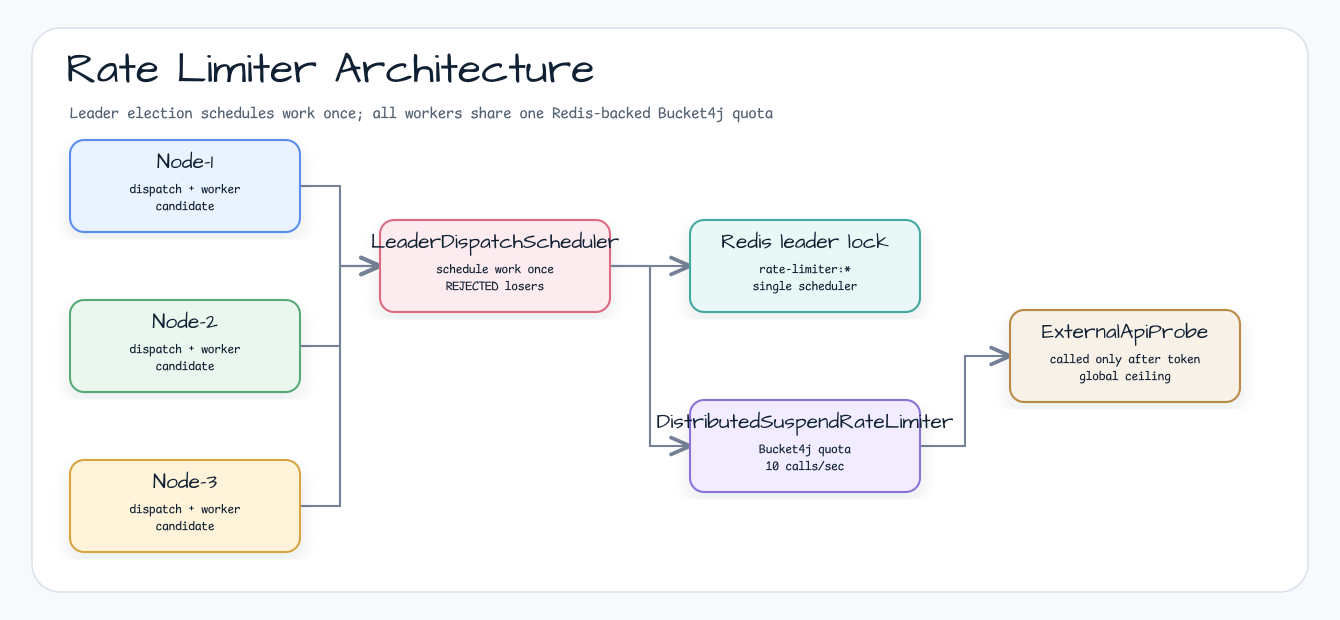
bluetape4k/bluetape4k-leader keeps this Graphviz diagram as docs/images/readme-diagrams/examples-rate-limiter-architecture-01.png. Above is the earlier version. Its source is kept beside it as docs/images/readme-diagrams/examples-rate-limiter-architecture-01.dot. Its diagram source:
```dot
digraph "examples-rate-limiter-architecture-01" {
  graph [layout=neato, rankdir=LR, splines=ortho, overlap=false, outputorder=edgesfirst, nodesep=0.55, ranksep=0.75, bgcolor="transparent", label="Rate Limiter Architecture", labelloc=t];
  node [shape=box, style="rounded,filled", fontname="Architects Daughter", fontsize=18, margin="0.16,0.10"];
  edge [color="#758297", penwidth=1.8, arrowsize=0.8, fontname="Comic Mono", fontsize=10];
  n0 [label="Node-1", fillcolor="#ffffff", color="#5B8DEF", width=3.19, height=1.28, pos="185.00,514.00!"];
  n1 [label="Node-2", fillcolor="#ffffff", color="#58A978", width=3.19, height=1.28, pos="185.00,354.00!"];
  n2 [label="Node-3", fillcolor="#ffffff", color="#D6A441", width=3.19, height=1.28, pos="185.00,194.00!"];
  n3 [label="LeaderDispatchScheduler", fillcolor="#ffffff", color="#DC6B82", width=3.19, height=1.28, pos="495.00,434.00!"];
  n4 [label="Redis leader lock", fillcolor="#ffffff", color="#45A7A1", width=3.19, height=1.28, pos="805.00,434.00!"];
  n5 [label="DistributedSuspendRateLimiter", fillcolor="#ffffff", color="#8A72D6", width=3.19, height=1.28, pos="805.00,254.00!"];
  n6 [label="ExternalApiProbe", fillcolor="#ffffff", color="#B88A44", width=3.19, height=1.28, pos="1125.00,344.00!"];
  r1p1 [label="", shape=point, width=0.03, height=0.03, fixedsize=true, style=invis, pos="340.00,514.00!"];
  r1p2 [label="", shape=point, width=0.03, height=0.03, fixedsize=true, style=invis, pos="340.00,434.00!"];
  n0 -> r1p1 [arrowhead=none];
  r1p1 -> r1p2 [arrowhead=none];
  r1p2 -> n3 [];
  r2p1 [label="", shape=point, width=0.03, height=0.03, fixedsize=true, style=invis, pos="340.00,354.00!"];
  r2p2 [label="", shape=point, width=0.03, height=0.03, fixedsize=true, style=invis, pos="340.00,434.00!"];
  n1 -> r2p1 [arrowhead=none];
  r2p1 -> r2p2 [arrowhead=none];
  r2p2 -> n3 [];
  r3p1 [label="", shape=point, width=0.03, height=0.03, fixedsize=true, style=invis, pos="340.00,194.00!"];
  r3p2 [label="", shape=point, width=0.03, height=0.03, fixedsize=true, style=invis, pos="340.00,434.00!"];
  n2 -> r3p1 [arrowhead=none];
  r3p1 -> r3p2 [arrowhead=none];
  r3p2 -> n3 [];
  r4p1 [label="", shape=point, width=0.03, height=0.03, fixedsize=true, style=invis, pos="650.00,434.00!"];
  r4p2 [label="", shape=point, width=0.03, height=0.03, fixedsize=true, style=invis, pos="650.00,434.00!"];
  n3 -> r4p1 [arrowhead=none];
  r4p1 -> r4p2 [arrowhead=none];
  r4p2 -> n4 [];
  r5p1 [label="", shape=point, width=0.03, height=0.03, fixedsize=true, style=invis, pos="650.00,434.00!"];
  r5p2 [label="", shape=point, width=0.03, height=0.03, fixedsize=true, style=invis, pos="650.00,254.00!"];
  n3 -> r5p1 [arrowhead=none];
  r5p1 -> r5p2 [arrowhead=none];
  r5p2 -> n5 [];
  r6p1 [label="", shape=point, width=0.03, height=0.03, fixedsize=true, style=invis, pos="965.00,254.00!"];
  r6p2 [label="", shape=point, width=0.03, height=0.03, fixedsize=true, style=invis, pos="965.00,344.00!"];
  n5 -> r6p1 [arrowhead=none];
  r6p1 -> r6p2 [arrowhead=none];
  r6p2 -> n6 [];
}
```
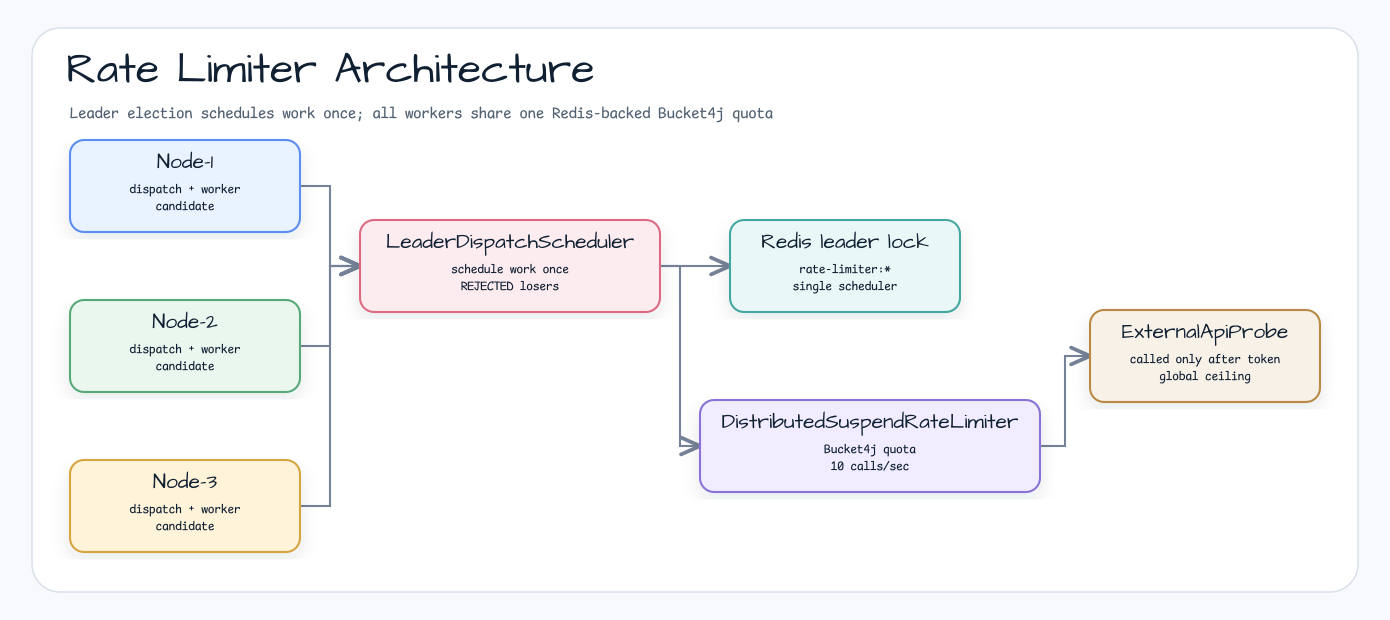
Above is the later version.

Diff of the diagram source:
```diff
@@ -5,37 +5,37 @@
   n0 [label="Node-1", fillcolor="#ffffff", color="#5B8DEF", width=3.19, height=1.28, pos="185.00,514.00!"];
   n1 [label="Node-2", fillcolor="#ffffff", color="#58A978", width=3.19, height=1.28, pos="185.00,354.00!"];
   n2 [label="Node-3", fillcolor="#ffffff", color="#D6A441", width=3.19, height=1.28, pos="185.00,194.00!"];
-  n3 [label="LeaderDispatchScheduler", fillcolor="#ffffff", color="#DC6B82", width=3.19, height=1.28, pos="495.00,434.00!"];
-  n4 [label="Redis leader lock", fillcolor="#ffffff", color="#45A7A1", width=3.19, height=1.28, pos="805.00,434.00!"];
-  n5 [label="DistributedSuspendRateLimiter", fillcolor="#ffffff", color="#8A72D6", width=3.19, height=1.28, pos="805.00,254.00!"];
-  n6 [label="ExternalApiProbe", fillcolor="#ffffff", color="#B88A44", width=3.19, height=1.28, pos="1125.00,344.00!"];
-  r1p1 [label="", shape=point, width=0.03, height=0.03, fixedsize=true, style=invis, pos="340.00,514.00!"];
-  r1p2 [label="", shape=point, width=0.03, height=0.03, fixedsize=true, style=invis, pos="340.00,434.00!"];
+  n3 [label="LeaderDispatchScheduler", fillcolor="#ffffff", color="#DC6B82", width=4.17, height=1.28, pos="510.00,434.00!"];
+  n4 [label="Redis leader lock", fillcolor="#ffffff", color="#45A7A1", width=3.19, height=1.28, pos="845.00,434.00!"];
+  n5 [label="DistributedSuspendRateLimiter", fillcolor="#ffffff", color="#8A72D6", width=4.72, height=1.28, pos="870.00,254.00!"];
+  n6 [label="ExternalApiProbe", fillcolor="#ffffff", color="#B88A44", width=3.19, height=1.28, pos="1205.00,344.00!"];
+  r1p1 [label="", shape=point, width=0.03, height=0.03, fixedsize=true, style=invis, pos="330.00,514.00!"];
+  r1p2 [label="", shape=point, width=0.03, height=0.03, fixedsize=true, style=invis, pos="330.00,434.00!"];
   n0 -> r1p1 [arrowhead=none];
   r1p1 -> r1p2 [arrowhead=none];
   r1p2 -> n3 [];
-  r2p1 [label="", shape=point, width=0.03, height=0.03, fixedsize=true, style=invis, pos="340.00,354.00!"];
-  r2p2 [label="", shape=point, width=0.03, height=0.03, fixedsize=true, style=invis, pos="340.00,434.00!"];
+  r2p1 [label="", shape=point, width=0.03, height=0.03, fixedsize=true, style=invis, pos="330.00,354.00!"];
+  r2p2 [label="", shape=point, width=0.03, height=0.03, fixedsize=true, style=invis, pos="330.00,434.00!"];
   n1 -> r2p1 [arrowhead=none];
   r2p1 -> r2p2 [arrowhead=none];
   r2p2 -> n3 [];
-  r3p1 [label="", shape=point, width=0.03, height=0.03, fixedsize=true, style=invis, pos="340.00,194.00!"];
-  r3p2 [label="", shape=point, width=0.03, height=0.03, fixedsize=true, style=invis, pos="340.00,434.00!"];
+  r3p1 [label="", shape=point, width=0.03, height=0.03, fixedsize=true, style=invis, pos="330.00,194.00!"];
+  r3p2 [label="", shape=point, width=0.03, height=0.03, fixedsize=true, style=invis, pos="330.00,434.00!"];
   n2 -> r3p1 [arrowhead=none];
   r3p1 -> r3p2 [arrowhead=none];
   r3p2 -> n3 [];
-  r4p1 [label="", shape=point, width=0.03, height=0.03, fixedsize=true, style=invis, pos="650.00,434.00!"];
-  r4p2 [label="", shape=point, width=0.03, height=0.03, fixedsize=true, style=invis, pos="650.00,434.00!"];
+  r4p1 [label="", shape=point, width=0.03, height=0.03, fixedsize=true, style=invis, pos="695.00,434.00!"];
+  r4p2 [label="", shape=point, width=0.03, height=0.03, fixedsize=true, style=invis, pos="695.00,434.00!"];
   n3 -> r4p1 [arrowhead=none];
   r4p1 -> r4p2 [arrowhead=none];
   r4p2 -> n4 [];
-  r5p1 [label="", shape=point, width=0.03, height=0.03, fixedsize=true, style=invis, pos="650.00,434.00!"];
-  r5p2 [label="", shape=point, width=0.03, height=0.03, fixedsize=true, style=invis, pos="650.00,254.00!"];
+  r5p1 [label="", shape=point, width=0.03, height=0.03, fixedsize=true, style=invis, pos="680.00,434.00!"];
+  r5p2 [label="", shape=point, width=0.03, height=0.03, fixedsize=true, style=invis, pos="680.00,254.00!"];
   n3 -> r5p1 [arrowhead=none];
   r5p1 -> r5p2 [arrowhead=none];
   r5p2 -> n5 [];
-  r6p1 [label="", shape=point, width=0.03, height=0.03, fixedsize=true, style=invis, pos="965.00,254.00!"];
-  r6p2 [label="", shape=point, width=0.03, height=0.03, fixedsize=true, style=invis, pos="965.00,344.00!"];
+  r6p1 [label="", shape=point, width=0.03, height=0.03, fixedsize=true, style=invis, pos="1065.00,254.00!"];
+  r6p2 [label="", shape=point, width=0.03, height=0.03, fixedsize=true, style=invis, pos="1065.00,344.00!"];
   n5 -> r6p1 [arrowhead=none];
   r6p1 -> r6p2 [arrowhead=none];
   r6p2 -> n6 [];
```
